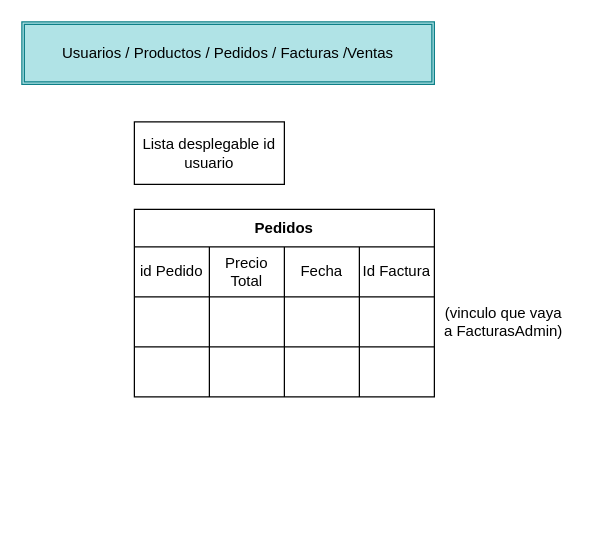
Above: page "PedidosAdmin" (6 of 9) of ListaCompra.drawio in katacliny/practica (draw.io), before the change. Source tidied: cells renumbered, new cells numbered last; positions are measured from the earlier drawing's top-left corner, leaving out a move shared by most shapes. Both pictures are drawn from the tidied source at 125%, with x=0, y=0 at pixel (21, 21).
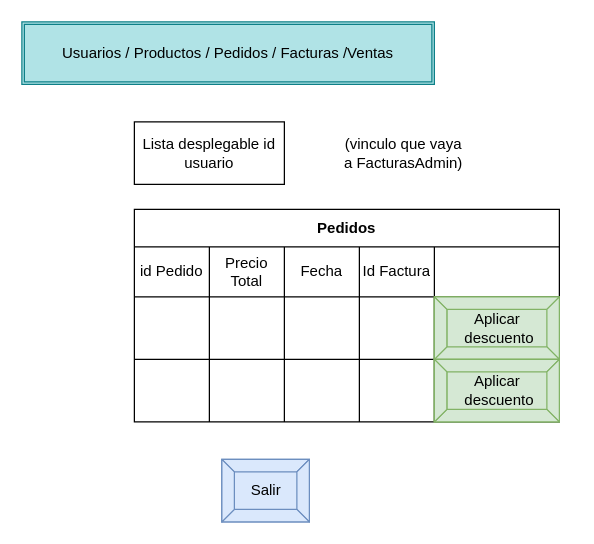
The same diagram, later.

Diff of the diagram source:
```diff
@@
     <mxCell id="2" value="Pedidos" style="shape=table;html=1;whiteSpace=wrap;startSize=30;childLayout=tableLayout;fontStyle=1;align=center;" parent="1" vertex="1">
-      <mxGeometry x="90" y="150" width="240" height="150" as="geometry" />
+      <mxGeometry x="90" y="150" width="340" height="170" as="geometry" />
     </mxCell>
     <mxCell id="3" style="shape=partialRectangle;html=1;whiteSpace=wrap;fillColor=none;top=0;left=0;bottom=0;right=0;" parent="2" vertex="1">
-      <mxGeometry y="30" width="240" height="40" as="geometry" />
+      <mxGeometry y="30" width="340" height="40" as="geometry" />
     </mxCell>
@@
+    <mxCell id="21" style="shape=partialRectangle;html=1;whiteSpace=wrap;fillColor=none;top=0;left=0;bottom=0;right=0;overflow=hidden;" parent="3" vertex="1">
+      <mxGeometry x="240" width="100" height="40" as="geometry" />
+    </mxCell>
     <mxCell id="8" style="shape=partialRectangle;html=1;whiteSpace=wrap;fillColor=none;top=0;left=0;bottom=0;right=0;" parent="2" vertex="1">
-      <mxGeometry y="70" width="240" height="40" as="geometry" />
+      <mxGeometry y="70" width="340" height="50" as="geometry" />
     </mxCell>
     <mxCell id="9" style="shape=partialRectangle;html=1;whiteSpace=wrap;fillColor=none;top=0;left=0;bottom=0;right=0;overflow=hidden;" parent="8" vertex="1">
-      <mxGeometry width="60" height="40" as="geometry" />
+      <mxGeometry width="60" height="50" as="geometry" />
     </mxCell>
     <mxCell id="10" style="shape=partialRectangle;html=1;whiteSpace=wrap;fillColor=none;top=0;left=0;bottom=0;right=0;overflow=hidden;" parent="8" vertex="1">
-      <mxGeometry x="60" width="60" height="40" as="geometry" />
+      <mxGeometry x="60" width="60" height="50" as="geometry" />
     </mxCell>
     <mxCell id="11" style="shape=partialRectangle;html=1;whiteSpace=wrap;fillColor=none;top=0;left=0;bottom=0;right=0;overflow=hidden;" parent="8" vertex="1">
-      <mxGeometry x="120" width="60" height="40" as="geometry" />
+      <mxGeometry x="120" width="60" height="50" as="geometry" />
     </mxCell>
     <mxCell id="12" style="shape=partialRectangle;html=1;whiteSpace=wrap;fillColor=none;top=0;left=0;bottom=0;right=0;overflow=hidden;" parent="8" vertex="1">
-      <mxGeometry x="180" width="60" height="40" as="geometry" />
+      <mxGeometry x="180" width="60" height="50" as="geometry" />
     </mxCell>
+    <mxCell id="22" style="shape=partialRectangle;html=1;whiteSpace=wrap;fillColor=none;top=0;left=0;bottom=0;right=0;overflow=hidden;" parent="8" vertex="1">
+      <mxGeometry x="240" width="100" height="50" as="geometry" />
+    </mxCell>
     <mxCell id="13" style="shape=partialRectangle;html=1;whiteSpace=wrap;fillColor=none;top=0;left=0;bottom=0;right=0;" parent="2" vertex="1">
-      <mxGeometry y="110" width="240" height="40" as="geometry" />
+      <mxGeometry y="120" width="340" height="50" as="geometry" />
     </mxCell>
     <mxCell id="14" style="shape=partialRectangle;html=1;whiteSpace=wrap;fillColor=none;top=0;left=0;bottom=0;right=0;overflow=hidden;" parent="13" vertex="1">
-      <mxGeometry width="60" height="40" as="geometry" />
+      <mxGeometry width="60" height="50" as="geometry" />
     </mxCell>
     <mxCell id="15" style="shape=partialRectangle;html=1;whiteSpace=wrap;fillColor=none;top=0;left=0;bottom=0;right=0;overflow=hidden;" parent="13" vertex="1">
-      <mxGeometry x="60" width="60" height="40" as="geometry" />
+      <mxGeometry x="60" width="60" height="50" as="geometry" />
     </mxCell>
     <mxCell id="16" style="shape=partialRectangle;html=1;whiteSpace=wrap;fillColor=none;top=0;left=0;bottom=0;right=0;overflow=hidden;" parent="13" vertex="1">
-      <mxGeometry x="120" width="60" height="40" as="geometry" />
+      <mxGeometry x="120" width="60" height="50" as="geometry" />
     </mxCell>
     <mxCell id="17" style="shape=partialRectangle;html=1;whiteSpace=wrap;fillColor=none;top=0;left=0;bottom=0;right=0;overflow=hidden;" parent="13" vertex="1">
-      <mxGeometry x="180" width="60" height="40" as="geometry" />
+      <mxGeometry x="180" width="60" height="50" as="geometry" />
     </mxCell>
+    <mxCell id="23" style="shape=partialRectangle;html=1;whiteSpace=wrap;fillColor=none;top=0;left=0;bottom=0;right=0;overflow=hidden;" parent="13" vertex="1">
+      <mxGeometry x="240" width="100" height="50" as="geometry" />
+    </mxCell>
@@
     <mxCell id="20" value="(vinculo que vaya &lt;br&gt;a FacturasAdmin)" style="text;html=1;align=center;verticalAlign=middle;" parent="1" vertex="1">
-      <mxGeometry x="330" y="225" width="110" height="30" as="geometry" />
+      <mxGeometry x="250" y="90" width="110" height="30" as="geometry" />
     </mxCell>
+    <mxCell id="24" value="Salir" style="labelPosition=center;verticalLabelPosition=middle;align=center;html=1;shape=mxgraph.basic.button;dx=10;fillColor=#dae8fc;strokeColor=#6c8ebf;" parent="1" vertex="1">
+      <mxGeometry x="160" y="350" width="70" height="50" as="geometry" />
+    </mxCell>
+    <mxCell id="25" value="Aplicar&lt;br&gt;&amp;nbsp;descuento" style="labelPosition=center;verticalLabelPosition=middle;align=center;html=1;shape=mxgraph.basic.button;dx=10;fillColor=#d5e8d4;strokeColor=#82b366;" parent="1" vertex="1">
+      <mxGeometry x="330" y="220" width="100" height="50" as="geometry" />
+    </mxCell>
+    <mxCell id="26" value="Aplicar&lt;br&gt;&amp;nbsp;descuento" style="labelPosition=center;verticalLabelPosition=middle;align=center;html=1;shape=mxgraph.basic.button;dx=10;fillColor=#d5e8d4;strokeColor=#82b366;" parent="1" vertex="1">
+      <mxGeometry x="330" y="270" width="100" height="50" as="geometry" />
+    </mxCell>
```
